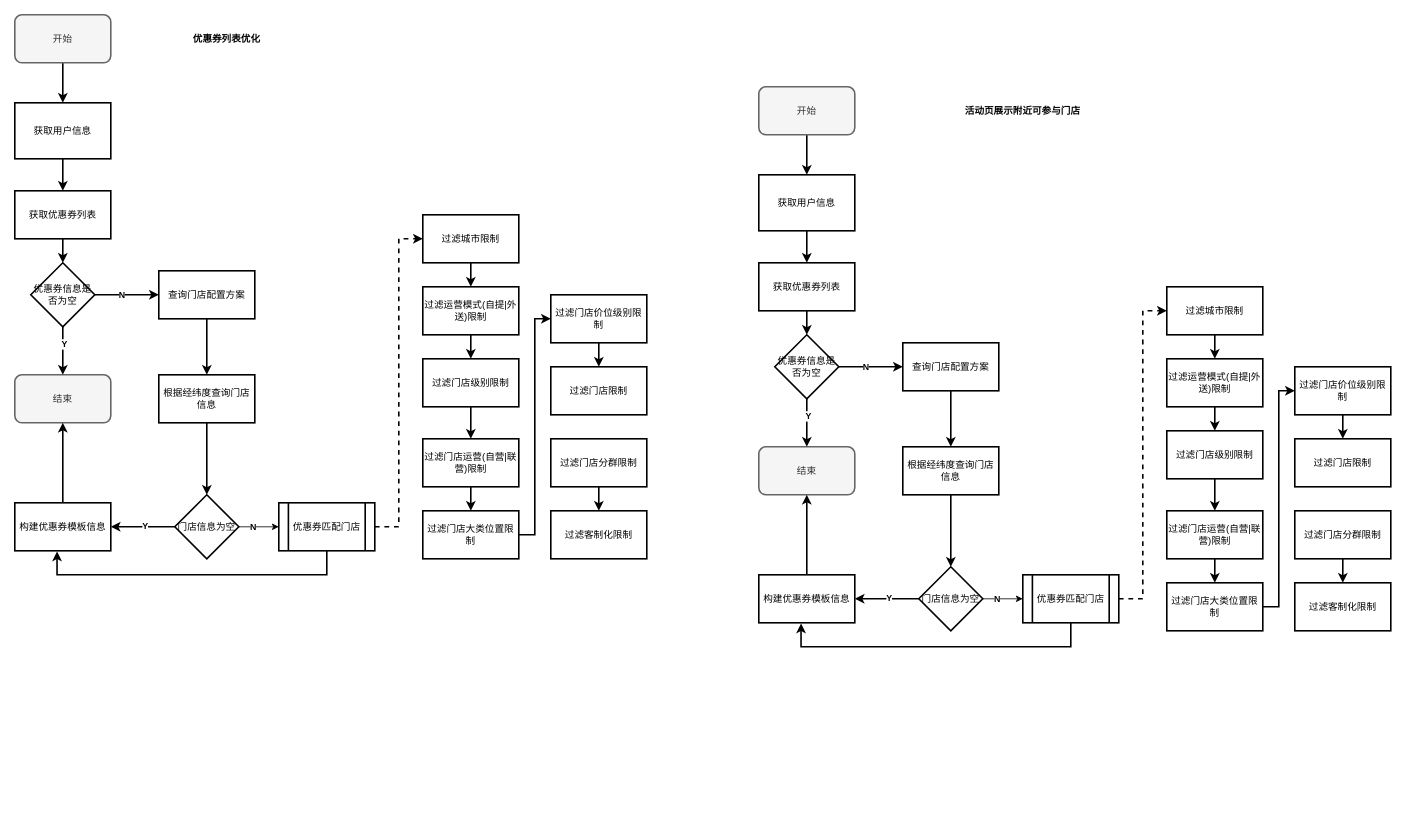
This is src/draw/未命名绘图.drawio from y13513867074/draw, a draw.io file, before an edit. Source tidied: cells renumbered, new cells numbered last; positions are measured from the earlier drawing's top-left corner, leaving out a move shared by most shapes. Both pictures are drawn from the tidied source at 80%, with x=0, y=0 at pixel (14, 14).
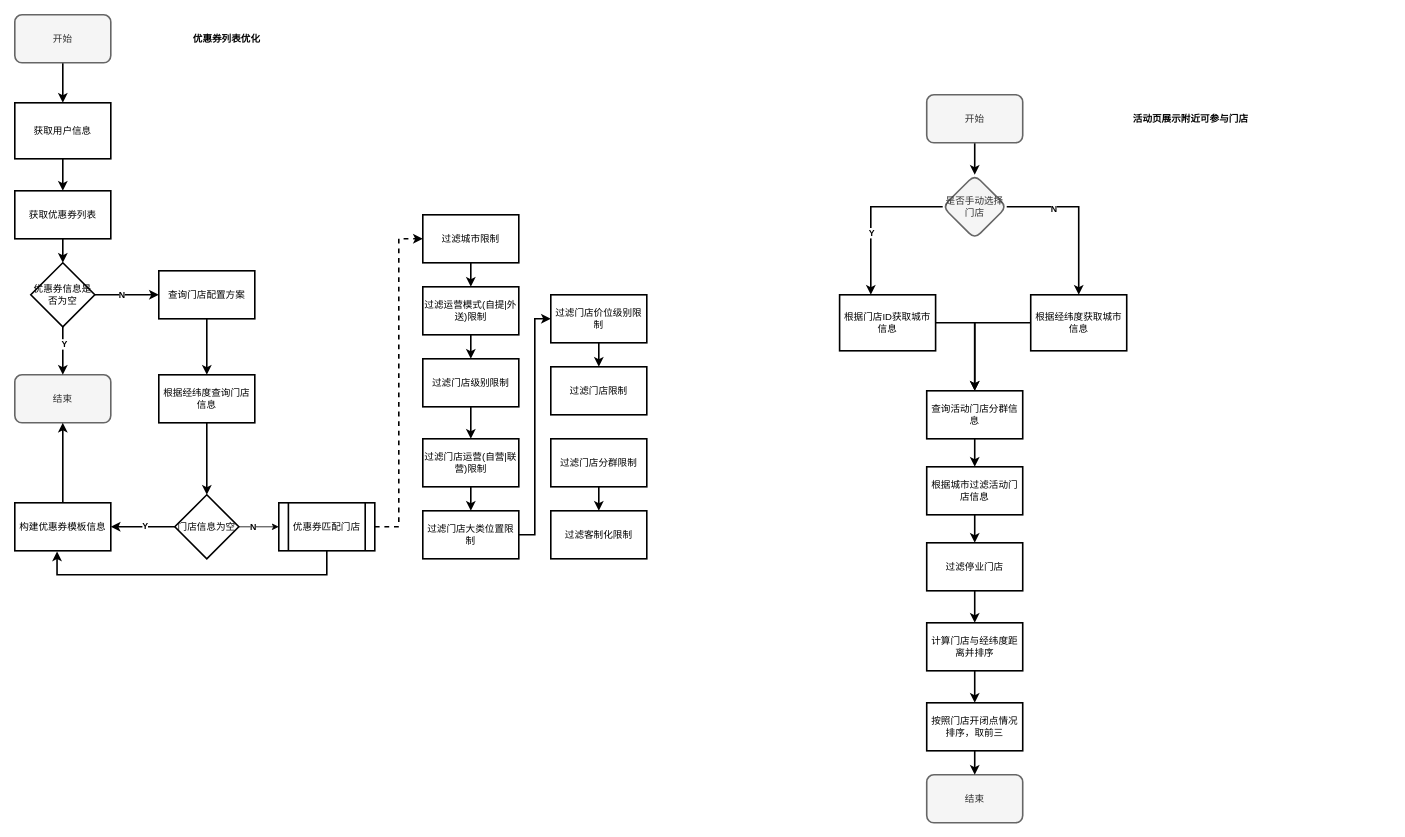
The same diagram, later.

Commit message:
更新未命名绘图.drawio

What changed in the source:
```diff
@@
-    <mxCell id="45" style="edgeStyle=orthogonalEdgeStyle;rounded=0;jettySize=auto;html=1;exitX=0.5;exitY=1;exitDx=0;exitDy=0;entryX=0.5;entryY=0;entryDx=0;entryDy=0;strokeWidth=2;" parent="1" edge="1" source="46" target="48">
-      <mxGeometry relative="1" as="geometry" />
-    </mxCell>
+    <mxCell id="88" style="edgeStyle=orthogonalEdgeStyle;rounded=0;jettySize=auto;html=1;strokeWidth=2;" parent="1" edge="1" source="46" target="98">
+      <mxGeometry relative="1" as="geometry" />
+    </mxCell>
     <mxCell id="46" value="开始" style="rounded=1;whiteSpace=wrap;html=1;strokeWidth=2;fillColor=#f5f5f5;fontColor=#333333;strokeColor=#666666;" parent="1" vertex="1">
-      <mxGeometry x="930" y="90" width="120" height="60" as="geometry" />
+      <mxGeometry x="1139.9" y="100" width="120" height="60" as="geometry" />
     </mxCell>
-    <mxCell id="47" style="edgeStyle=orthogonalEdgeStyle;rounded=0;jettySize=auto;html=1;strokeWidth=2;" parent="1" edge="1" source="48" target="51">
+    <mxCell id="47" style="edgeStyle=orthogonalEdgeStyle;rounded=0;jettySize=auto;html=1;strokeWidth=2;entryX=0.5;entryY=0;entryDx=0;entryDy=0;exitX=0;exitY=0.5;exitDx=0;exitDy=0;" parent="1" edge="1" source="48" target="58">
       <mxGeometry relative="1" as="geometry" />
     </mxCell>
-    <mxCell id="48" value="获取用户信息" style="rounded=0;whiteSpace=wrap;html=1;strokeWidth=2;" parent="1" vertex="1">
-      <mxGeometry x="930" y="200" width="120" height="70" as="geometry" />
+    <mxCell id="48" value="根据经纬度获取城市信息" style="rounded=0;whiteSpace=wrap;html=1;strokeWidth=2;" parent="1" vertex="1">
+      <mxGeometry x="1269.9" y="350" width="120" height="70" as="geometry" />
     </mxCell>
     <mxCell id="49" value="结束" style="rounded=1;whiteSpace=wrap;html=1;strokeWidth=2;fillColor=#f5f5f5;fontColor=#333333;strokeColor=#666666;" parent="1" vertex="1">
-      <mxGeometry x="930" y="540" width="120" height="60" as="geometry" />
+      <mxGeometry x="1139.9" y="950" width="120" height="60" as="geometry" />
     </mxCell>
-    <mxCell id="50" style="edgeStyle=orthogonalEdgeStyle;rounded=0;jettySize=auto;html=1;exitX=0.5;exitY=1;exitDx=0;exitDy=0;entryX=0.5;entryY=0;entryDx=0;entryDy=0;strokeWidth=2;" parent="1" edge="1" source="51" target="56">
-      <mxGeometry relative="1" as="geometry" />
-    </mxCell>
-    <mxCell id="51" value="获取优惠券列表" style="whiteSpace=wrap;html=1;rounded=0;strokeWidth=2;" parent="1" vertex="1">
-      <mxGeometry x="930" y="310" width="120" height="60" as="geometry" />
-    </mxCell>
-    <mxCell id="52" style="edgeStyle=orthogonalEdgeStyle;rounded=0;jettySize=auto;html=1;exitX=0.5;exitY=1;exitDx=0;exitDy=0;entryX=0.5;entryY=0;entryDx=0;entryDy=0;strokeWidth=2;" parent="1" edge="1" source="56" target="49">
-      <mxGeometry relative="1" as="geometry" />
-    </mxCell>
-    <mxCell id="53" value="&lt;b&gt;Y&lt;/b&gt;" style="edgeLabel;html=1;align=center;verticalAlign=middle;" parent="52" vertex="1">
-      <mxGeometry x="-0.3" y="1" relative="1" as="geometry" />
-    </mxCell>
-    <mxCell id="54" style="edgeStyle=orthogonalEdgeStyle;rounded=0;jettySize=auto;html=1;strokeWidth=2;" parent="1" edge="1" source="56" target="58">
-      <mxGeometry relative="1" as="geometry" />
-    </mxCell>
-    <mxCell id="55" value="&lt;b&gt;N&lt;/b&gt;" style="edgeLabel;html=1;align=center;verticalAlign=middle;" parent="54" vertex="1">
-      <mxGeometry x="-0.17" relative="1" as="geometry" />
-    </mxCell>
-    <mxCell id="56" value="优惠券信息是否为空" style="rhombus;whiteSpace=wrap;html=1;strokeWidth=2;" parent="1" vertex="1">
-      <mxGeometry x="950" y="400" width="80" height="80" as="geometry" />
-    </mxCell>
-    <mxCell id="57" style="edgeStyle=orthogonalEdgeStyle;rounded=0;jettySize=auto;html=1;strokeWidth=2;" parent="1" edge="1" source="58" target="60">
+    <mxCell id="57" style="edgeStyle=orthogonalEdgeStyle;rounded=0;jettySize=auto;html=1;exitX=0.5;exitY=1;exitDx=0;exitDy=0;entryX=0.5;entryY=0;entryDx=0;entryDy=0;strokeWidth=2;" parent="1" edge="1" source="58" target="60">
       <mxGeometry relative="1" as="geometry" />
     </mxCell>
-    <mxCell id="58" value="查询门店配置方案" style="whiteSpace=wrap;html=1;strokeWidth=2;" parent="1" vertex="1">
-      <mxGeometry x="1110" y="410" width="120" height="60" as="geometry" />
+    <mxCell id="58" value="查询活动门店分群信息" style="whiteSpace=wrap;html=1;strokeWidth=2;" parent="1" vertex="1">
+      <mxGeometry x="1139.9" y="470" width="120" height="60" as="geometry" />
     </mxCell>
-    <mxCell id="59" style="edgeStyle=orthogonalEdgeStyle;rounded=0;jettySize=auto;html=1;exitX=0.5;exitY=1;exitDx=0;exitDy=0;entryX=0.5;entryY=0;entryDx=0;entryDy=0;strokeWidth=2;" parent="1" edge="1" source="60" target="65">
-      <mxGeometry relative="1" as="geometry" />
-    </mxCell>
+    <mxCell id="89" style="edgeStyle=orthogonalEdgeStyle;rounded=0;jettySize=auto;html=1;strokeWidth=2;" parent="1" edge="1" source="60" target="91">
+      <mxGeometry relative="1" as="geometry" />
+    </mxCell>
-    <mxCell id="60" value="根据经纬度查询门店信息" style="whiteSpace=wrap;html=1;strokeWidth=2;" parent="1" vertex="1">
-      <mxGeometry x="1110" y="540" width="120" height="60" as="geometry" />
+    <mxCell id="60" value="根据城市过滤活动门店信息" style="whiteSpace=wrap;html=1;strokeWidth=2;" parent="1" vertex="1">
+      <mxGeometry x="1139.9" y="565" width="120" height="60" as="geometry" />
     </mxCell>
-    <mxCell id="61" style="edgeStyle=orthogonalEdgeStyle;rounded=0;jettySize=auto;html=1;strokeWidth=2;" parent="1" edge="1" source="65" target="67">
-      <mxGeometry relative="1" as="geometry" />
-    </mxCell>
-    <mxCell id="62" value="&lt;b&gt;Y&lt;/b&gt;" style="edgeLabel;html=1;align=center;verticalAlign=middle;" parent="61" vertex="1">
-      <mxGeometry x="-0.04" y="-2" relative="1" as="geometry" />
-    </mxCell>
-    <mxCell id="63" style="edgeStyle=orthogonalEdgeStyle;rounded=0;jettySize=auto;html=1;entryX=0;entryY=0.5;entryDx=0;entryDy=0;" parent="1" edge="1" source="65" target="69">
-      <mxGeometry relative="1" as="geometry" />
-    </mxCell>
-    <mxCell id="64" value="&lt;b&gt;N&lt;/b&gt;" style="edgeLabel;html=1;align=center;verticalAlign=middle;" parent="63" vertex="1">
-      <mxGeometry x="-0.51" y="2" relative="1" as="geometry">
-        <mxPoint x="5" y="2" as="offset" />
-      </mxGeometry>
-    </mxCell>
-    <mxCell id="65" value="门店信息为空" style="rhombus;whiteSpace=wrap;html=1;strokeWidth=2;" parent="1" vertex="1">
-      <mxGeometry x="1130" y="690" width="80" height="80" as="geometry" />
-    </mxCell>
-    <mxCell id="66" style="edgeStyle=orthogonalEdgeStyle;rounded=0;jettySize=auto;html=1;exitX=0.5;exitY=0;exitDx=0;exitDy=0;entryX=0.5;entryY=1;entryDx=0;entryDy=0;strokeWidth=2;" parent="1" edge="1" source="67" target="49">
-      <mxGeometry relative="1" as="geometry" />
-    </mxCell>
-    <mxCell id="67" value="构建优惠券模板信息" style="whiteSpace=wrap;html=1;strokeWidth=2;" parent="1" vertex="1">
-      <mxGeometry x="930" y="700" width="120" height="60" as="geometry" />
-    </mxCell>
-    <mxCell id="68" style="edgeStyle=orthogonalEdgeStyle;rounded=0;jettySize=auto;html=1;exitX=1;exitY=0.5;exitDx=0;exitDy=0;entryX=0;entryY=0.5;entryDx=0;entryDy=0;strokeWidth=2;dashed=1;" parent="1" edge="1" source="69" target="72">
-      <mxGeometry relative="1" as="geometry" />
-    </mxCell>
-    <mxCell id="69" value="优惠券匹配门店" style="shape=process;whiteSpace=wrap;html=1;backgroundOutline=1;strokeWidth=2;" parent="1" vertex="1">
-      <mxGeometry x="1260" y="700" width="120" height="60" as="geometry" />
-    </mxCell>
-    <mxCell id="70" style="edgeStyle=orthogonalEdgeStyle;rounded=0;jettySize=auto;html=1;exitX=0.5;exitY=1;exitDx=0;exitDy=0;entryX=0.44;entryY=1.013;entryDx=0;entryDy=0;entryPerimeter=0;strokeWidth=2;" parent="1" edge="1" source="69" target="67">
-      <mxGeometry relative="1" as="geometry">
-        <Array as="points">
-          <mxPoint x="1320" y="790" />
-          <mxPoint x="983" y="790" />
-        </Array>
-      </mxGeometry>
-    </mxCell>
-    <mxCell id="71" style="edgeStyle=orthogonalEdgeStyle;rounded=0;jettySize=auto;html=1;strokeWidth=2;" parent="1" edge="1" source="72" target="74">
-      <mxGeometry relative="1" as="geometry" />
-    </mxCell>
-    <mxCell id="72" value="过滤城市限制" style="whiteSpace=wrap;html=1;strokeWidth=2;" parent="1" vertex="1">
-      <mxGeometry x="1440" y="340" width="120" height="60" as="geometry" />
-    </mxCell>
-    <mxCell id="73" style="edgeStyle=orthogonalEdgeStyle;rounded=0;jettySize=auto;html=1;strokeWidth=2;" parent="1" edge="1" source="74" target="76">
-      <mxGeometry relative="1" as="geometry" />
-    </mxCell>
-    <mxCell id="74" value="过滤运营模式(自提|外送)限制" style="whiteSpace=wrap;html=1;strokeWidth=2;" parent="1" vertex="1">
-      <mxGeometry x="1440" y="430" width="120" height="60" as="geometry" />
-    </mxCell>
-    <mxCell id="75" style="edgeStyle=orthogonalEdgeStyle;rounded=0;jettySize=auto;html=1;strokeWidth=2;" parent="1" edge="1" source="76" target="78">
-      <mxGeometry relative="1" as="geometry" />
-    </mxCell>
-    <mxCell id="76" value="过滤门店级别限制" style="whiteSpace=wrap;html=1;strokeWidth=2;" parent="1" vertex="1">
-      <mxGeometry x="1440" y="520" width="120" height="60" as="geometry" />
-    </mxCell>
-    <mxCell id="77" style="edgeStyle=orthogonalEdgeStyle;rounded=0;jettySize=auto;html=1;strokeWidth=2;" parent="1" edge="1" source="78" target="80">
-      <mxGeometry relative="1" as="geometry" />
-    </mxCell>
-    <mxCell id="78" value="过滤门店运营(自营|联营)限制" style="whiteSpace=wrap;html=1;strokeWidth=2;" parent="1" vertex="1">
-      <mxGeometry x="1440" y="620" width="120" height="60" as="geometry" />
-    </mxCell>
-    <mxCell id="79" style="edgeStyle=orthogonalEdgeStyle;rounded=0;jettySize=auto;html=1;exitX=1;exitY=0.5;exitDx=0;exitDy=0;entryX=0;entryY=0.5;entryDx=0;entryDy=0;strokeWidth=2;" parent="1" edge="1" source="80" target="82">
-      <mxGeometry relative="1" as="geometry" />
-    </mxCell>
-    <mxCell id="80" value="过滤门店大类位置限制" style="whiteSpace=wrap;html=1;strokeWidth=2;" parent="1" vertex="1">
-      <mxGeometry x="1440" y="710" width="120" height="60" as="geometry" />
-    </mxCell>
-    <mxCell id="81" style="edgeStyle=orthogonalEdgeStyle;rounded=0;jettySize=auto;html=1;strokeWidth=2;" parent="1" edge="1" source="82" target="83">
-      <mxGeometry relative="1" as="geometry" />
-    </mxCell>
-    <mxCell id="82" value="过滤门店价位级别限制" style="whiteSpace=wrap;html=1;strokeWidth=2;" parent="1" vertex="1">
-      <mxGeometry x="1600" y="440" width="120" height="60" as="geometry" />
-    </mxCell>
-    <mxCell id="83" value="过滤门店限制" style="whiteSpace=wrap;html=1;strokeWidth=2;" parent="1" vertex="1">
-      <mxGeometry x="1600" y="530" width="120" height="60" as="geometry" />
-    </mxCell>
-    <mxCell id="84" style="edgeStyle=orthogonalEdgeStyle;rounded=0;jettySize=auto;html=1;strokeWidth=2;" parent="1" edge="1" source="85">
-      <mxGeometry relative="1" as="geometry">
-        <mxPoint x="1660" y="710" as="targetPoint" />
-      </mxGeometry>
-    </mxCell>
-    <mxCell id="85" value="过滤门店分群限制" style="whiteSpace=wrap;html=1;strokeWidth=2;" parent="1" vertex="1">
-      <mxGeometry x="1600" y="620" width="120" height="60" as="geometry" />
-    </mxCell>
-    <mxCell id="86" value="过滤客制化限制" style="whiteSpace=wrap;html=1;strokeWidth=2;" parent="1" vertex="1">
-      <mxGeometry x="1600" y="710" width="120" height="60" as="geometry" />
-    </mxCell>
     <mxCell id="87" value="&lt;b&gt;活动页展示附近可参与门店&lt;/b&gt;" style="text;html=1;align=center;verticalAlign=middle;whiteSpace=wrap;rounded=0;" parent="1" vertex="1">
-      <mxGeometry x="1130" y="105" width="260" height="30" as="geometry" />
+      <mxGeometry x="1339.9" y="115" width="260" height="30" as="geometry" />
     </mxCell>
+    <mxCell id="90" style="edgeStyle=orthogonalEdgeStyle;rounded=0;jettySize=auto;html=1;strokeWidth=2;" parent="1" edge="1" source="91" target="93">
+      <mxGeometry relative="1" as="geometry" />
+    </mxCell>
+    <mxCell id="91" value="过滤停业门店" style="whiteSpace=wrap;html=1;strokeWidth=2;" parent="1" vertex="1">
+      <mxGeometry x="1139.9" y="660" width="120" height="60" as="geometry" />
+    </mxCell>
+    <mxCell id="92" style="edgeStyle=orthogonalEdgeStyle;rounded=0;jettySize=auto;html=1;strokeWidth=2;" parent="1" edge="1" source="93" target="95">
+      <mxGeometry relative="1" as="geometry" />
+    </mxCell>
+    <mxCell id="93" value="计算门店与经纬度距离并排序" style="whiteSpace=wrap;html=1;strokeWidth=2;" parent="1" vertex="1">
+      <mxGeometry x="1139.9" y="760" width="120" height="60" as="geometry" />
+    </mxCell>
+    <mxCell id="94" style="edgeStyle=orthogonalEdgeStyle;rounded=0;jettySize=auto;html=1;exitX=0.5;exitY=1;exitDx=0;exitDy=0;entryX=0.5;entryY=0;entryDx=0;entryDy=0;strokeWidth=2;" parent="1" edge="1" source="95" target="49">
+      <mxGeometry relative="1" as="geometry" />
+    </mxCell>
+    <mxCell id="95" value="按照门店开闭点情况排序，取前三" style="whiteSpace=wrap;html=1;strokeWidth=2;" parent="1" vertex="1">
+      <mxGeometry x="1139.9" y="860" width="120" height="60" as="geometry" />
+    </mxCell>
+    <mxCell id="96" style="edgeStyle=orthogonalEdgeStyle;rounded=0;jettySize=auto;html=1;exitX=1;exitY=0.5;exitDx=0;exitDy=0;entryX=0.5;entryY=0;entryDx=0;entryDy=0;strokeWidth=2;" parent="1" edge="1" source="98" target="48">
+      <mxGeometry relative="1" as="geometry" />
+    </mxCell>
+    <mxCell id="97" value="&lt;b&gt;N&lt;/b&gt;" style="edgeLabel;html=1;align=center;verticalAlign=middle;" parent="96" vertex="1">
+      <mxGeometry x="-0.41" y="-2" relative="1" as="geometry" />
+    </mxCell>
+    <mxCell id="98" value="是否手动选择门店" style="rhombus;whiteSpace=wrap;html=1;fillColor=#f5f5f5;strokeColor=#666666;fontColor=#333333;rounded=1;strokeWidth=2;" parent="1" vertex="1">
+      <mxGeometry x="1159.9" y="200" width="80" height="80" as="geometry" />
+    </mxCell>
+    <mxCell id="99" style="edgeStyle=orthogonalEdgeStyle;rounded=0;jettySize=auto;html=1;exitX=1;exitY=0.5;exitDx=0;exitDy=0;entryX=0.5;entryY=0;entryDx=0;entryDy=0;strokeWidth=2;" parent="1" edge="1" source="100" target="58">
+      <mxGeometry relative="1" as="geometry" />
+    </mxCell>
+    <mxCell id="100" value="根据门店ID获取城市信息" style="rounded=0;whiteSpace=wrap;html=1;strokeWidth=2;" parent="1" vertex="1">
+      <mxGeometry x="1031" y="350" width="120" height="70" as="geometry" />
+    </mxCell>
+    <mxCell id="101" style="edgeStyle=orthogonalEdgeStyle;rounded=0;jettySize=auto;html=1;exitX=0;exitY=0.5;exitDx=0;exitDy=0;entryX=0.325;entryY=0;entryDx=0;entryDy=0;entryPerimeter=0;strokeWidth=2;" parent="1" edge="1" source="98" target="100">
+      <mxGeometry relative="1" as="geometry" />
+    </mxCell>
+    <mxCell id="102" value="&lt;b&gt;Y&lt;/b&gt;" style="edgeLabel;html=1;align=center;verticalAlign=middle;" parent="101" vertex="1">
+      <mxGeometry x="0.22" relative="1" as="geometry" />
+    </mxCell>
```
